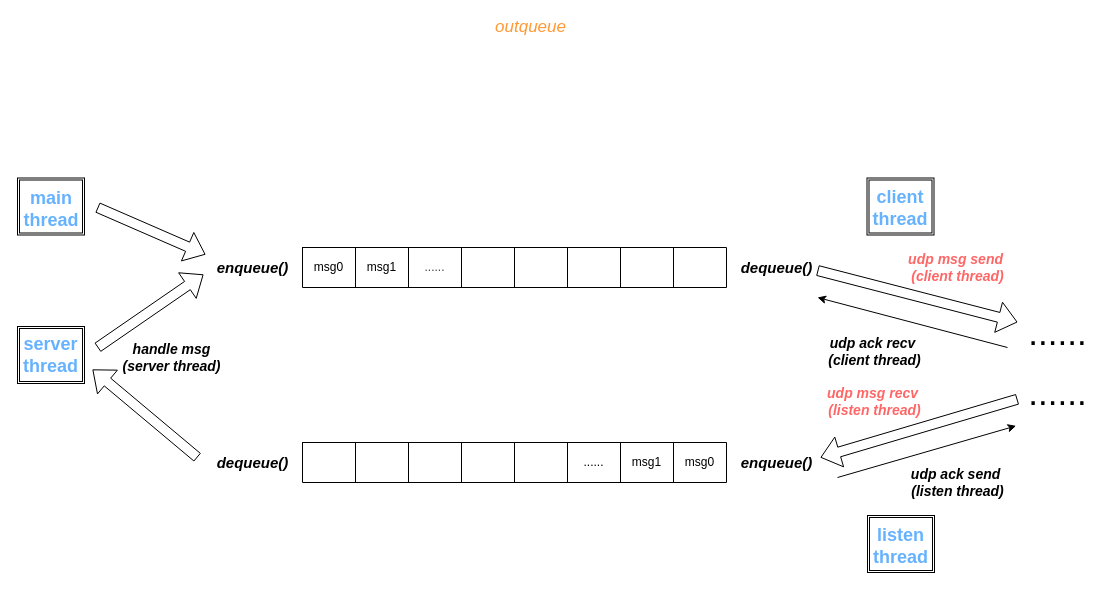
Earlier version of the draw.io diagram _draws/comm_thread_work.drawio (segzix/segzix.github.io). Source tidied: cells renumbered, new cells numbered last; positions are measured from the earlier drawing's top-left corner, leaving out a move shared by most shapes. Both pictures are drawn from the tidied source at 100%, with x=0, y=0 at pixel (17, 17).
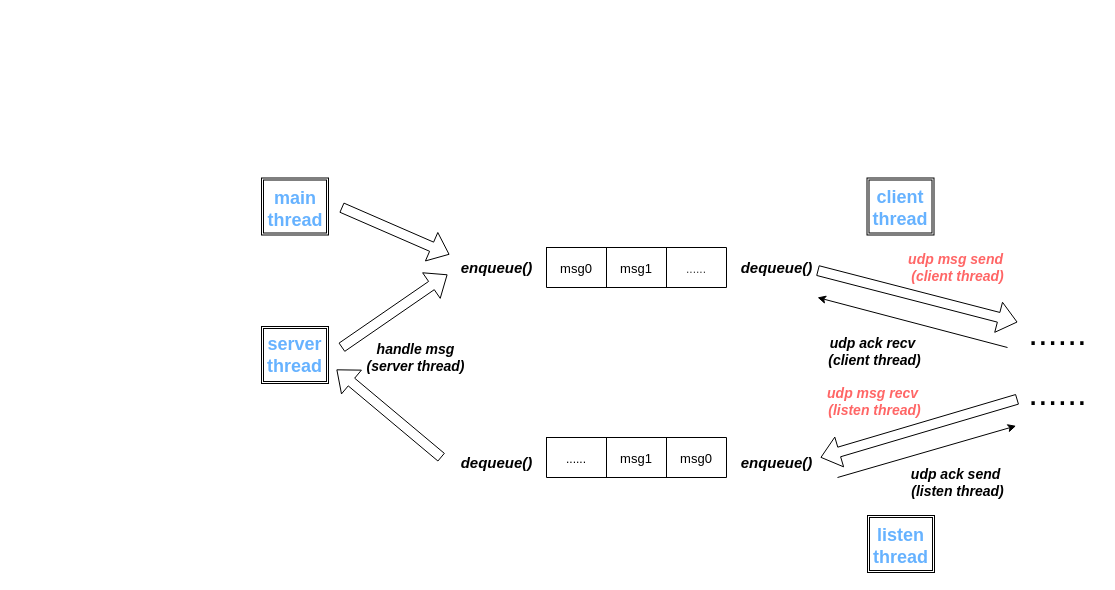
The same diagram, later.

Commit message:
modify comm_thread_work

Change to the diagram source:
```diff
@@
     <mxCell id="2" style="shape=flexArrow;endArrow=classic;html=1;rounded=0;" parent="1" edge="1">
       <mxGeometry relative="1" as="geometry">
-        <mxPoint x="80" y="190" as="sourcePoint" />
-        <mxPoint x="188" y="237" as="targetPoint" />
+        <mxPoint x="324" y="190" as="sourcePoint" />
+        <mxPoint x="432" y="237" as="targetPoint" />
       </mxGeometry>
     </mxCell>
     <mxCell id="3" style="shape=flexArrow;endArrow=classic;html=1;rounded=0;" parent="1" edge="1">
       <mxGeometry relative="1" as="geometry">
-        <mxPoint x="80" y="330" as="sourcePoint" />
-        <mxPoint x="186" y="257" as="targetPoint" />
+        <mxPoint x="324" y="330" as="sourcePoint" />
+        <mxPoint x="430" y="257" as="targetPoint" />
       </mxGeometry>
     </mxCell>
-    <mxCell id="4" value="&lt;font style=&quot;font-size: 17px&quot; color=&quot;#ff9933&quot;&gt;&lt;i&gt;outqueue&lt;/i&gt;&lt;/font&gt;" style="text;html=1;align=center;verticalAlign=middle;strokeColor=none;fillColor=none;" parent="1" vertex="1">
-      <mxGeometry x="472" width="81" height="19" as="geometry" />
-    </mxCell>
@@
-    <mxCell id="7" style="shape=table;startSize=0;childLayout=tableLayout;" parent="1" vertex="1">
-      <mxGeometry x="285" y="230" width="424" height="40" as="geometry" />
-    </mxCell>
-    <mxCell id="8" style="shape=tableRow;horizontal=0;startSize=0;swimlaneHead=0;swimlaneBody=0;top=0;left=0;bottom=0;right=0;fillColor=none;" parent="7" vertex="1">
-      <mxGeometry width="424" height="40" as="geometry" />
-    </mxCell>
-    <mxCell id="9" value="&lt;span style=&quot;color: rgb(0, 0, 0);&quot;&gt;msg0&lt;/span&gt;" style="shape=partialRectangle;html=1;whiteSpace=wrap;overflow=hidden;fillColor=none;top=0;left=0;bottom=0;right=0;" parent="8" vertex="1">
-      <mxGeometry width="53" height="40" as="geometry" />
-    </mxCell>
-    <mxCell id="10" value="&lt;span style=&quot;color: rgb(0, 0, 0);&quot;&gt;msg1&lt;/span&gt;" style="shape=partialRectangle;html=1;whiteSpace=wrap;overflow=hidden;fillColor=none;top=0;left=0;bottom=0;right=0;" parent="8" vertex="1">
-      <mxGeometry x="53" width="53" height="40" as="geometry" />
-    </mxCell>
-    <mxCell id="11" value="&lt;span style=&quot;color: rgb(63, 63, 63);&quot;&gt;......&lt;/span&gt;" style="shape=partialRectangle;html=1;whiteSpace=wrap;overflow=hidden;fillColor=none;top=0;left=0;bottom=0;right=0;" parent="8" vertex="1">
-      <mxGeometry x="106" width="53" height="40" as="geometry" />
-    </mxCell>
-    <mxCell id="12" style="shape=partialRectangle;html=1;whiteSpace=wrap;overflow=hidden;fillColor=none;top=0;left=0;bottom=0;right=0;" parent="8" vertex="1">
-      <mxGeometry x="159" width="53" height="40" as="geometry" />
-    </mxCell>
-    <mxCell id="13" style="shape=partialRectangle;html=1;whiteSpace=wrap;overflow=hidden;fillColor=none;top=0;left=0;bottom=0;right=0;" parent="8" vertex="1">
-      <mxGeometry x="212" width="53" height="40" as="geometry" />
-    </mxCell>
-    <mxCell id="14" style="shape=partialRectangle;html=1;whiteSpace=wrap;overflow=hidden;fillColor=none;top=0;left=0;bottom=0;right=0;" parent="8" vertex="1">
-      <mxGeometry x="265" width="53" height="40" as="geometry" />
-    </mxCell>
-    <mxCell id="15" style="shape=partialRectangle;html=1;whiteSpace=wrap;overflow=hidden;fillColor=none;top=0;left=0;bottom=0;right=0;" parent="8" vertex="1">
-      <mxGeometry x="318" width="53" height="40" as="geometry" />
-    </mxCell>
-    <mxCell id="16" style="shape=partialRectangle;html=1;whiteSpace=wrap;overflow=hidden;fillColor=none;top=0;left=0;bottom=0;right=0;" parent="8" vertex="1">
-      <mxGeometry x="371" width="53" height="40" as="geometry" />
-    </mxCell>
-    <mxCell id="17" style="shape=table;startSize=0;childLayout=tableLayout;" parent="1" vertex="1">
-      <mxGeometry x="285" y="425" width="424" height="40" as="geometry" />
-    </mxCell>
-    <mxCell id="18" style="shape=tableRow;horizontal=0;startSize=0;swimlaneHead=0;swimlaneBody=0;top=0;left=0;bottom=0;right=0;fillColor=none;" parent="17" vertex="1">
-      <mxGeometry width="424" height="40" as="geometry" />
-    </mxCell>
-    <mxCell id="19" style="shape=partialRectangle;html=1;whiteSpace=wrap;overflow=hidden;fillColor=none;top=0;left=0;bottom=0;right=0;" parent="18" vertex="1">
-      <mxGeometry width="53" height="40" as="geometry" />
-    </mxCell>
-    <mxCell id="20" style="shape=partialRectangle;html=1;whiteSpace=wrap;overflow=hidden;fillColor=none;top=0;left=0;bottom=0;right=0;" parent="18" vertex="1">
-      <mxGeometry x="53" width="53" height="40" as="geometry" />
-    </mxCell>
-    <mxCell id="21" style="shape=partialRectangle;html=1;whiteSpace=wrap;overflow=hidden;fillColor=none;top=0;left=0;bottom=0;right=0;" parent="18" vertex="1">
-      <mxGeometry x="106" width="53" height="40" as="geometry" />
-    </mxCell>
-    <mxCell id="22" style="shape=partialRectangle;html=1;whiteSpace=wrap;overflow=hidden;fillColor=none;top=0;left=0;bottom=0;right=0;" parent="18" vertex="1">
-      <mxGeometry x="159" width="53" height="40" as="geometry" />
-    </mxCell>
-    <mxCell id="23" style="shape=partialRectangle;html=1;whiteSpace=wrap;overflow=hidden;fillColor=none;top=0;left=0;bottom=0;right=0;" parent="18" vertex="1">
-      <mxGeometry x="212" width="53" height="40" as="geometry" />
-    </mxCell>
-    <mxCell id="24" value="&lt;span&gt;......&lt;/span&gt;" style="shape=partialRectangle;html=1;whiteSpace=wrap;overflow=hidden;fillColor=none;top=0;left=0;bottom=0;right=0;" parent="18" vertex="1">
-      <mxGeometry x="265" width="53" height="40" as="geometry" />
-    </mxCell>
-    <mxCell id="25" value="msg1" style="shape=partialRectangle;html=1;whiteSpace=wrap;overflow=hidden;fillColor=none;top=0;left=0;bottom=0;right=0;" parent="18" vertex="1">
-      <mxGeometry x="318" width="53" height="40" as="geometry" />
-    </mxCell>
-    <mxCell id="26" value="msg0" style="shape=partialRectangle;html=1;whiteSpace=wrap;overflow=hidden;fillColor=none;top=0;left=0;bottom=0;right=0;" parent="18" vertex="1">
-      <mxGeometry x="371" width="53" height="40" as="geometry" />
-    </mxCell>
@@
     <mxCell id="28" style="shape=flexArrow;endArrow=classic;html=1;rounded=0;fontSize=14;" parent="1" edge="1">
       <mxGeometry relative="1" as="geometry">
-        <mxPoint x="180" y="440" as="sourcePoint" />
-        <mxPoint x="75" y="352" as="targetPoint" />
+        <mxPoint x="424" y="440" as="sourcePoint" />
+        <mxPoint x="319" y="352" as="targetPoint" />
       </mxGeometry>
     </mxCell>
     <mxCell id="29" value="&lt;b&gt;&lt;i&gt;handle msg&lt;br&gt;(server thread)&lt;/i&gt;&lt;/b&gt;" style="text;html=1;align=center;verticalAlign=middle;strokeColor=none;fillColor=none;fontSize=14;" parent="1" vertex="1">
-      <mxGeometry x="100" y="321" width="108" height="38" as="geometry" />
+      <mxGeometry x="344" y="321" width="108" height="38" as="geometry" />
     </mxCell>
     <mxCell id="30" value="&lt;font style=&quot;font-size: 15px;&quot;&gt;&lt;b&gt;&lt;i&gt;enqueue()&lt;/i&gt;&lt;/b&gt;&lt;/font&gt;" style="text;html=1;align=center;verticalAlign=middle;strokeColor=none;fillColor=none;" parent="1" vertex="1">
-      <mxGeometry x="185" y="235" width="100" height="30" as="geometry" />
+      <mxGeometry x="429" y="235" width="100" height="30" as="geometry" />
     </mxCell>
@@
     <mxCell id="46" value="&lt;font style=&quot;font-size: 15px;&quot;&gt;&lt;b&gt;&lt;i&gt;dequeue()&lt;/i&gt;&lt;/b&gt;&lt;/font&gt;" style="text;html=1;align=center;verticalAlign=middle;strokeColor=none;fillColor=none;" parent="1" vertex="1">
-      <mxGeometry x="185" y="430" width="100" height="30" as="geometry" />
+      <mxGeometry x="429" y="430" width="100" height="30" as="geometry" />
     </mxCell>
     <mxCell id="47" style="group;" parent="1" vertex="1">
-      <mxGeometry y="160.5" width="67" height="57" as="geometry" />
+      <mxGeometry x="244" y="160.5" width="67" height="57" as="geometry" />
     </mxCell>
@@
     <mxCell id="50" style="group;" parent="1" vertex="1">
-      <mxGeometry y="309" width="67" height="57" as="geometry" />
+      <mxGeometry x="244" y="309" width="67" height="57" as="geometry" />
     </mxCell>
@@
+    <mxCell id="53" style="shape=table;startSize=0;childLayout=tableLayout;fontSize=16;" parent="1" vertex="1">
+      <mxGeometry x="529" y="230" width="180" height="40" as="geometry" />
+    </mxCell>
+    <mxCell id="54" style="shape=tableRow;horizontal=0;startSize=0;swimlaneHead=0;swimlaneBody=0;strokeColor=inherit;top=0;left=0;bottom=0;right=0;fillColor=none;fontSize=16;" parent="53" vertex="1">
+      <mxGeometry width="180" height="40" as="geometry" />
+    </mxCell>
+    <mxCell id="55" value="&lt;span style=&quot;color: rgb(0, 0, 0);&quot;&gt;&lt;font style=&quot;font-size: 13px;&quot;&gt;msg0&lt;/font&gt;&lt;/span&gt;" style="shape=partialRectangle;html=1;whiteSpace=wrap;strokeColor=inherit;overflow=hidden;fillColor=none;top=0;left=0;bottom=0;right=0;fontSize=16;" parent="54" vertex="1">
+      <mxGeometry width="60" height="40" as="geometry" />
+    </mxCell>
+    <mxCell id="56" value="&lt;span style=&quot;color: rgb(0, 0, 0);&quot;&gt;&lt;font style=&quot;font-size: 13px;&quot;&gt;msg1&lt;/font&gt;&lt;/span&gt;" style="shape=partialRectangle;html=1;whiteSpace=wrap;strokeColor=inherit;overflow=hidden;fillColor=none;top=0;left=0;bottom=0;right=0;fontSize=16;" parent="54" vertex="1">
+      <mxGeometry x="60" width="60" height="40" as="geometry" />
+    </mxCell>
+    <mxCell id="57" value="&lt;span style=&quot;color: rgb(63, 63, 63); font-size: 12px;&quot;&gt;......&lt;/span&gt;" style="shape=partialRectangle;html=1;whiteSpace=wrap;strokeColor=inherit;overflow=hidden;fillColor=none;top=0;left=0;bottom=0;right=0;fontSize=16;" parent="54" vertex="1">
+      <mxGeometry x="120" width="60" height="40" as="geometry" />
+    </mxCell>
+    <mxCell id="58" style="shape=table;startSize=0;childLayout=tableLayout;fontSize=16;" parent="1" vertex="1">
+      <mxGeometry x="529" y="420" width="180" height="40" as="geometry" />
+    </mxCell>
+    <mxCell id="59" style="shape=tableRow;horizontal=0;startSize=0;swimlaneHead=0;swimlaneBody=0;strokeColor=inherit;top=0;left=0;bottom=0;right=0;fillColor=none;fontSize=16;" parent="58" vertex="1">
+      <mxGeometry width="180" height="40" as="geometry" />
+    </mxCell>
+    <mxCell id="60" value="&lt;span style=&quot;font-size: 12px;&quot;&gt;......&lt;/span&gt;" style="shape=partialRectangle;html=1;whiteSpace=wrap;strokeColor=inherit;overflow=hidden;fillColor=none;top=0;left=0;bottom=0;right=0;fontSize=16;" parent="59" vertex="1">
+      <mxGeometry width="60" height="40" as="geometry" />
+    </mxCell>
+    <mxCell id="61" value="&lt;span style=&quot;color: rgb(0, 0, 0);&quot;&gt;&lt;font style=&quot;font-size: 13px;&quot;&gt;msg1&lt;/font&gt;&lt;/span&gt;" style="shape=partialRectangle;html=1;whiteSpace=wrap;strokeColor=inherit;overflow=hidden;fillColor=none;top=0;left=0;bottom=0;right=0;fontSize=16;" parent="59" vertex="1">
+      <mxGeometry x="60" width="60" height="40" as="geometry" />
+    </mxCell>
+    <mxCell id="62" value="&lt;span style=&quot;color: rgb(0, 0, 0);&quot;&gt;&lt;font style=&quot;font-size: 13px;&quot;&gt;msg0&lt;/font&gt;&lt;/span&gt;" style="shape=partialRectangle;html=1;whiteSpace=wrap;strokeColor=inherit;overflow=hidden;fillColor=none;top=0;left=0;bottom=0;right=0;fontSize=16;" parent="59" vertex="1">
+      <mxGeometry x="120" width="60" height="40" as="geometry" />
+    </mxCell>
```
